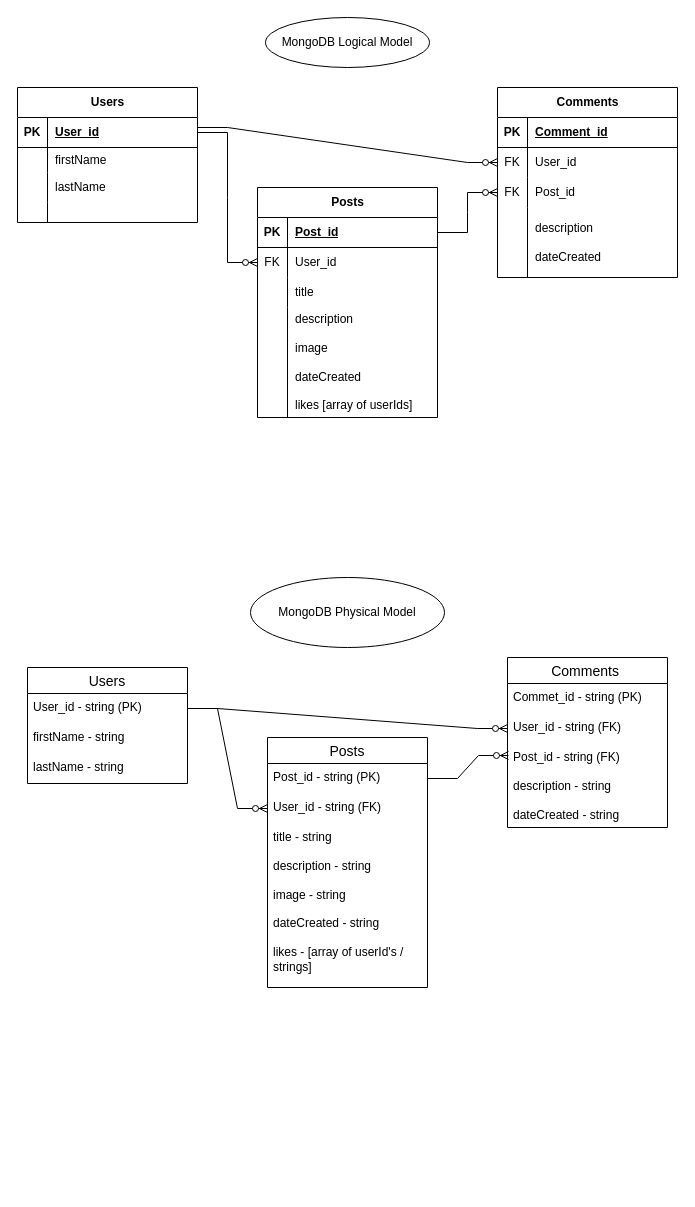
Above: Untitled Diagram.drawio in JarrodJackson2000/Module8 (draw.io), before the change. Source tidied: cells renumbered, new cells numbered last; positions are measured from the earlier drawing's top-left corner, leaving out a move shared by most shapes. Both pictures are drawn from the tidied source at 100%, with x=0, y=0 at pixel (-23, 17).
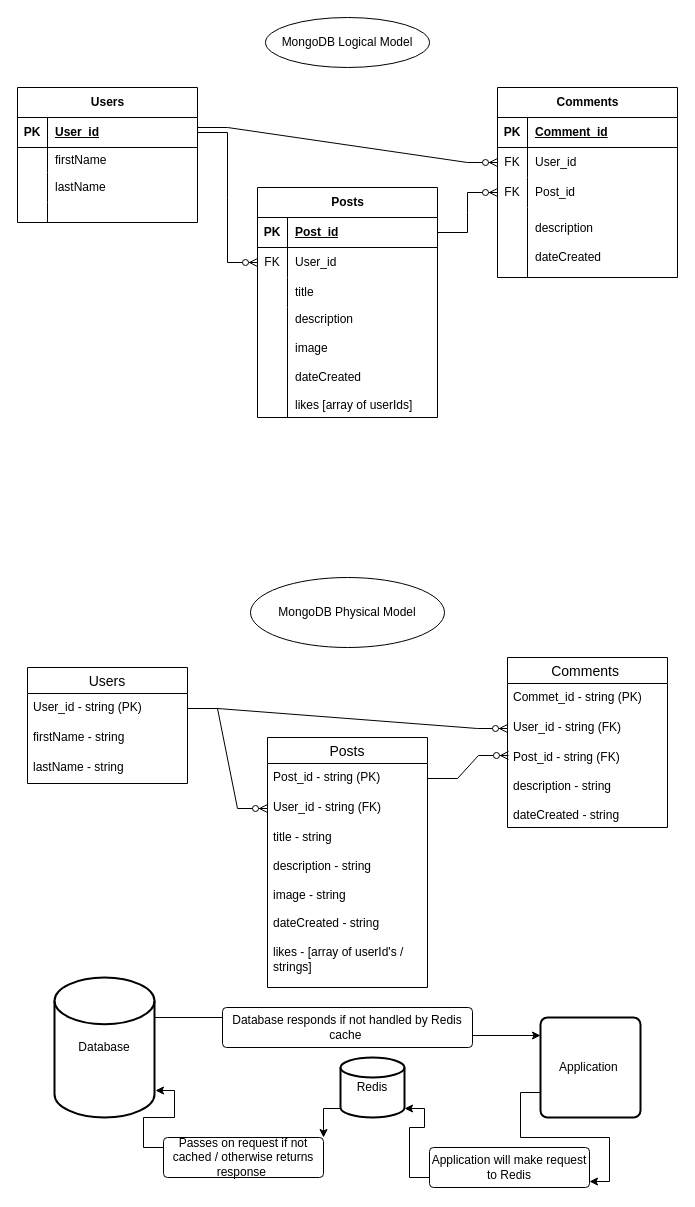
The same diagram, later.

Diff of the diagram source:
```diff
@@
+    <mxCell id="62" value="Database" style="strokeWidth=2;html=1;shape=mxgraph.flowchart.database;whiteSpace=wrap;" parent="1" vertex="1">
+      <mxGeometry x="77" y="960" width="100" height="140" as="geometry" />
+    </mxCell>
+    <mxCell id="63" style="edgeStyle=orthogonalEdgeStyle;rounded=0;jettySize=auto;html=1;exitX=0;exitY=0.85;exitDx=0;exitDy=0;exitPerimeter=0;entryX=1;entryY=0;entryDx=0;entryDy=0;" parent="1" edge="1" source="64" target="69">
+      <mxGeometry relative="1" as="geometry" />
+    </mxCell>
+    <mxCell id="64" value="Redis" style="strokeWidth=2;html=1;shape=mxgraph.flowchart.database;whiteSpace=wrap;" parent="1" vertex="1">
+      <mxGeometry x="363" y="1040" width="64" height="60" as="geometry" />
+    </mxCell>
+    <mxCell id="65" value="Application&amp;nbsp;" style="rounded=1;whiteSpace=wrap;html=1;absoluteArcSize=1;arcSize=14;strokeWidth=2;" parent="1" vertex="1">
+      <mxGeometry x="563" y="1000" width="100" height="100" as="geometry" />
+    </mxCell>
+    <mxCell id="66" style="edgeStyle=orthogonalEdgeStyle;rounded=0;jettySize=auto;html=1;exitX=0;exitY=0.75;exitDx=0;exitDy=0;entryX=1;entryY=0.85;entryDx=0;entryDy=0;entryPerimeter=0;" parent="1" edge="1" source="71" target="64">
+      <mxGeometry relative="1" as="geometry" />
+    </mxCell>
+    <mxCell id="67" style="edgeStyle=orthogonalEdgeStyle;rounded=0;jettySize=auto;html=1;entryX=0;entryY=0.18;entryDx=0;entryDy=0;entryPerimeter=0;" parent="1" edge="1" source="62" target="65">
+      <mxGeometry relative="1" as="geometry">
+        <Array as="points">
+          <mxPoint x="376" y="1000" />
+          <mxPoint x="376" y="1018" />
+        </Array>
+      </mxGeometry>
+    </mxCell>
+    <mxCell id="68" value="Database responds if not handled by Redis cache&amp;nbsp;" style="rounded=1;arcSize=10;whiteSpace=wrap;html=1;align=center;" parent="1" vertex="1">
+      <mxGeometry x="245" y="990" width="250" height="40" as="geometry" />
+    </mxCell>
+    <mxCell id="69" value="Passes on request if not cached / otherwise returns response&amp;nbsp;" style="rounded=1;arcSize=10;whiteSpace=wrap;html=1;align=center;" parent="1" vertex="1">
+      <mxGeometry x="186" y="1120" width="160" height="40" as="geometry" />
+    </mxCell>
+    <mxCell id="70" style="edgeStyle=orthogonalEdgeStyle;rounded=0;jettySize=auto;html=1;exitX=0;exitY=0.75;exitDx=0;exitDy=0;entryX=1;entryY=0.85;entryDx=0;entryDy=0;entryPerimeter=0;" parent="1" edge="1" source="65" target="71">
+      <mxGeometry relative="1" as="geometry" />
+    </mxCell>
+    <mxCell id="71" value="Application will make request to Redis" style="rounded=1;arcSize=10;whiteSpace=wrap;html=1;align=center;" parent="1" vertex="1">
+      <mxGeometry x="452" y="1130" width="160" height="40" as="geometry" />
+    </mxCell>
+    <mxCell id="72" style="edgeStyle=orthogonalEdgeStyle;rounded=0;jettySize=auto;html=1;exitX=0;exitY=0.25;exitDx=0;exitDy=0;entryX=1.01;entryY=0.807;entryDx=0;entryDy=0;entryPerimeter=0;" parent="1" edge="1" source="69" target="62">
+      <mxGeometry relative="1" as="geometry" />
+    </mxCell>
```
